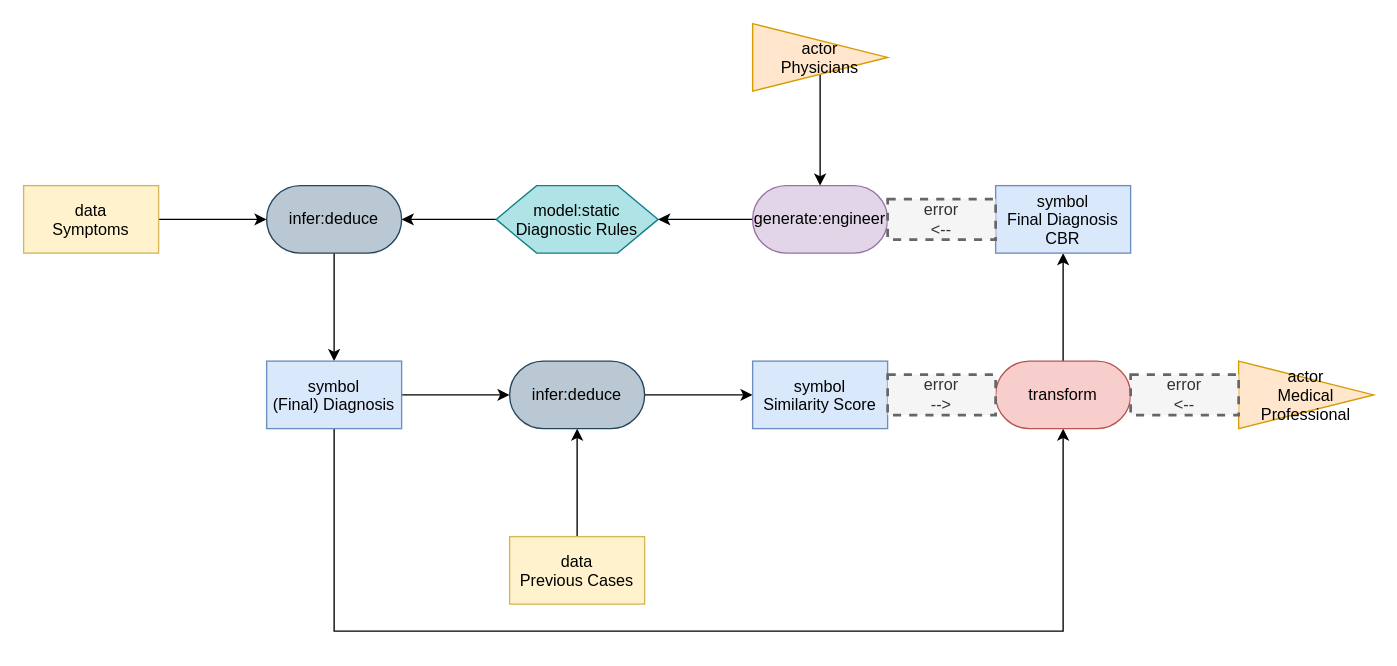
The draw.io diagram medical patterns to boxologies/ML Pre-processes input data for Rule-Based inference (MLRB)/Integration of Rule Based Expert Systems and Case Based Reasoning in an Acute Bacterial Meningitis Clinical Decision Support System .drawio in zonnesmit/thesis, before the edit. Source tidied: cells renumbered, new cells numbered last; positions are measured from the earlier drawing's top-left corner, leaving out a move shared by most shapes. Both pictures are drawn from the tidied source at 135%, with x=0, y=0 at pixel (23, 23).
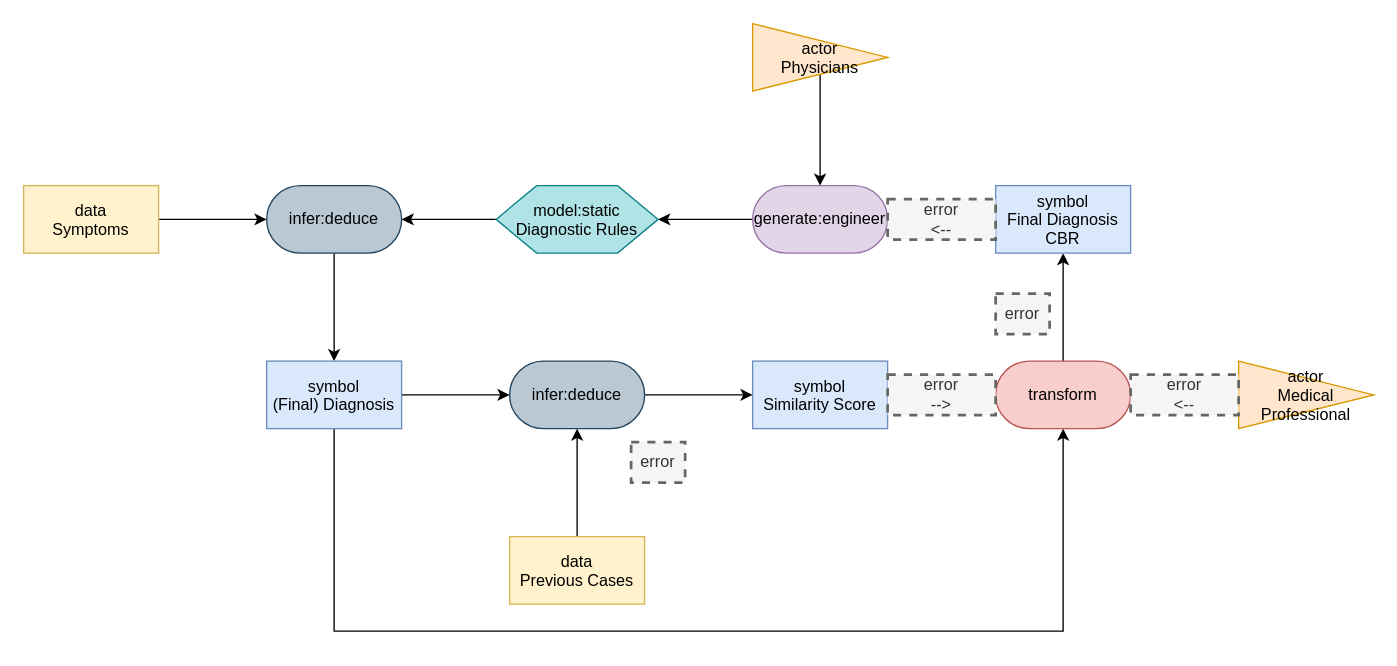
After the change.

Diff of the diagram source:
```diff
@@
+    <mxCell id="27" value="error" style="text;html=1;align=center;verticalAlign=middle;whiteSpace=wrap;rounded=0;dashed=1;fillColor=#f5f5f5;fontColor=#333333;strokeColor=#666666;strokeWidth=2;" parent="1" vertex="1">
+      <mxGeometry x="450" y="310" width="40" height="30" as="geometry" />
+    </mxCell>
+    <mxCell id="28" value="error" style="text;html=1;align=center;verticalAlign=middle;whiteSpace=wrap;rounded=0;dashed=1;fillColor=#f5f5f5;fontColor=#333333;strokeColor=#666666;strokeWidth=2;" parent="1" vertex="1">
+      <mxGeometry x="720" y="200" width="40" height="30" as="geometry" />
+    </mxCell>
```
